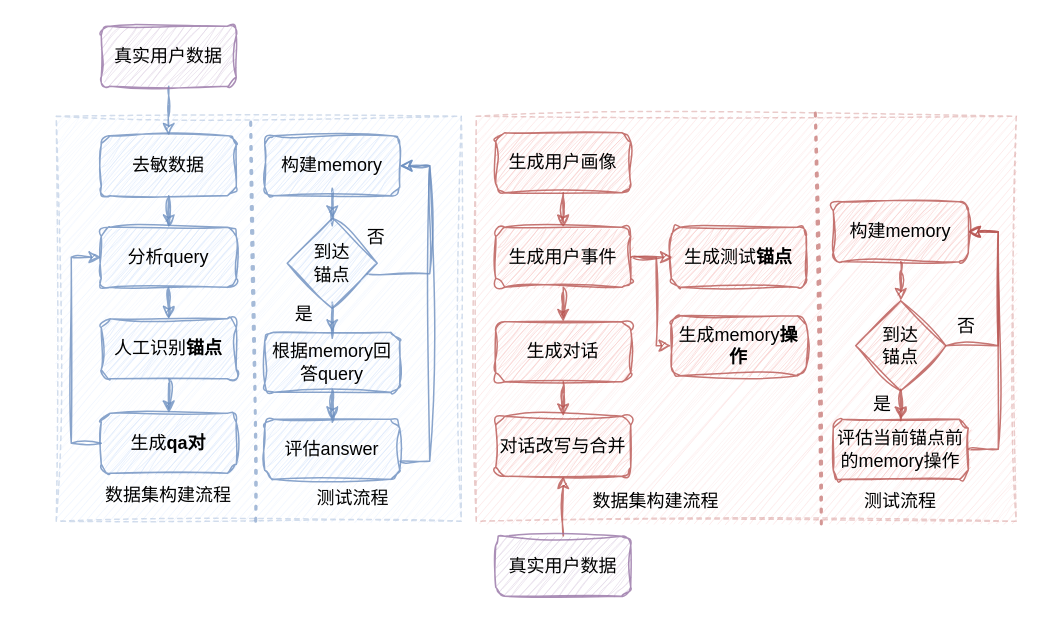
Above: drawioFile/memoryos-eval.drawio in Olive-2019/drawio-source (draw.io), before the change. Source tidied: cells renumbered, new cells numbered last; positions are measured from the earlier drawing's top-left corner, leaving out a move shared by most shapes. Both pictures are drawn from the tidied source at 150%, with x=0, y=0 at pixel (56, 26).
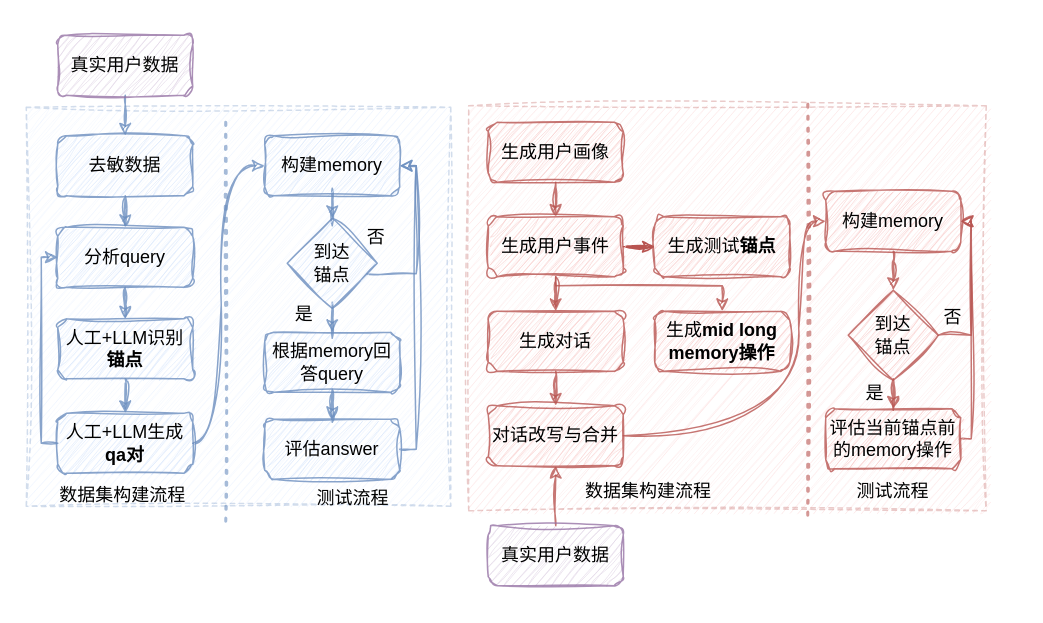
Above is the later version.

Unchanged cells that the change refers to:
```xml
<mxCell id="15" value="构建memory" style="rounded=1;whiteSpace=wrap;html=1;fillColor=#dae8fc;strokeColor=#6c8ebf;sketch=1;curveFitting=1;jiggle=2;opacity=80;" parent="1" vertex="1">
  <mxGeometry x="139" y="73" width="90" height="40" as="geometry" />
</mxCell>
<mxCell id="20" value="到达&lt;div&gt;锚点&lt;/div&gt;" style="rhombus;whiteSpace=wrap;html=1;fillColor=#dae8fc;strokeColor=#6c8ebf;sketch=1;curveFitting=1;jiggle=2;opacity=80;" parent="1" vertex="1">
  <mxGeometry x="154" y="128" width="60" height="60" as="geometry" />
</mxCell>
<mxCell id="22" value="评估answer" style="rounded=1;whiteSpace=wrap;html=1;fillColor=#dae8fc;strokeColor=#6c8ebf;sketch=1;curveFitting=1;jiggle=2;opacity=80;" parent="1" vertex="1">
  <mxGeometry x="139" y="262" width="90" height="40" as="geometry" />
</mxCell>
```

Change to the diagram source:
```diff
@@
     <mxCell id="2" style="rounded=0;whiteSpace=wrap;html=1;dashed=1;sketch=1;curveFitting=1;jiggle=2;fillColor=#f8cecc;strokeColor=#b85450;opacity=30;" parent="1" vertex="1">
-      <mxGeometry x="280" y="60" width="360" height="270" as="geometry" />
+      <mxGeometry x="275" y="53" width="345" height="270" as="geometry" />
     </mxCell>
     <mxCell id="3" style="rounded=0;whiteSpace=wrap;html=1;dashed=1;sketch=1;curveFitting=1;jiggle=2;fillColor=#dae8fc;strokeColor=#6c8ebf;opacity=30;" parent="1" vertex="1">
-      <mxGeometry y="60" width="270" height="270" as="geometry" />
+      <mxGeometry x="-20" y="54" width="283" height="266" as="geometry" />
     </mxCell>
@@
     <mxCell id="5" value="真实用户数据" style="rounded=1;whiteSpace=wrap;html=1;fillColor=#e1d5e7;strokeColor=#9673a6;sketch=1;curveFitting=1;jiggle=2;opacity=80;" parent="1" vertex="1">
-      <mxGeometry x="30" width="90" height="40" as="geometry" />
+      <mxGeometry x="1" y="6" width="90" height="40" as="geometry" />
     </mxCell>
@@
     <mxCell id="7" value="去敏数据" style="rounded=1;whiteSpace=wrap;html=1;fillColor=#dae8fc;strokeColor=#6c8ebf;sketch=1;curveFitting=1;jiggle=2;opacity=80;" parent="1" vertex="1">
-      <mxGeometry x="30" y="73" width="90" height="40" as="geometry" />
+      <mxGeometry x="1" y="73" width="90" height="40" as="geometry" />
     </mxCell>
@@
     <mxCell id="9" value="分析query" style="rounded=1;whiteSpace=wrap;html=1;fillColor=#dae8fc;strokeColor=#6c8ebf;sketch=1;curveFitting=1;jiggle=2;opacity=80;" parent="1" vertex="1">
-      <mxGeometry x="30" y="134" width="90" height="40" as="geometry" />
+      <mxGeometry x="1" y="134" width="90" height="40" as="geometry" />
     </mxCell>
@@
-    <mxCell id="11" value="人工识别&lt;b&gt;锚点&lt;/b&gt;" style="rounded=1;whiteSpace=wrap;html=1;fillColor=#dae8fc;strokeColor=#6c8ebf;sketch=1;curveFitting=1;jiggle=2;opacity=80;" parent="1" vertex="1">
-      <mxGeometry x="30" y="195" width="90" height="40" as="geometry" />
+    <mxCell id="11" value="人工+LLM识别&lt;b&gt;锚点&lt;/b&gt;" style="rounded=1;whiteSpace=wrap;html=1;fillColor=#dae8fc;strokeColor=#6c8ebf;sketch=1;curveFitting=1;jiggle=2;opacity=80;" parent="1" vertex="1">
+      <mxGeometry x="1" y="195" width="90" height="40" as="geometry" />
     </mxCell>
     <mxCell id="12" style="edgeStyle=orthogonalEdgeStyle;rounded=0;jettySize=auto;html=1;entryX=0;entryY=0.5;entryDx=0;entryDy=0;sketch=1;curveFitting=1;jiggle=2;fillColor=#dae8fc;strokeColor=#6c8ebf;opacity=80;" parent="1" edge="1" source="13" target="9">
       <mxGeometry relative="1" as="geometry">
         <Array as="points">
-          <mxPoint x="10" y="278" />
-          <mxPoint x="10" y="154" />
+          <mxPoint x="-10" y="278" />
+          <mxPoint x="-10" y="154" />
         </Array>
       </mxGeometry>
     </mxCell>
+    <mxCell id="55" style="edgeStyle=orthogonalEdgeStyle;rounded=0;jettySize=auto;html=1;entryX=0;entryY=0.5;entryDx=0;entryDy=0;curved=1;fillColor=#dae8fc;strokeColor=#6c8ebf;sketch=1;curveFitting=1;jiggle=2;opacity=80;" parent="1" edge="1" source="13" target="15">
+      <mxGeometry relative="1" as="geometry">
+        <Array as="points">
+          <mxPoint x="110" y="278" />
+          <mxPoint x="110" y="93" />
+        </Array>
+      </mxGeometry>
+    </mxCell>
-    <mxCell id="13" value="生成&lt;b&gt;qa对&lt;/b&gt;" style="rounded=1;whiteSpace=wrap;html=1;fillColor=#dae8fc;strokeColor=#6c8ebf;sketch=1;curveFitting=1;jiggle=2;opacity=80;" parent="1" vertex="1">
-      <mxGeometry x="30" y="258" width="90" height="40" as="geometry" />
+    <mxCell id="13" value="人工+LLM生成&lt;b&gt;qa对&lt;/b&gt;" style="rounded=1;whiteSpace=wrap;html=1;fillColor=#dae8fc;strokeColor=#6c8ebf;sketch=1;curveFitting=1;jiggle=2;opacity=80;" parent="1" vertex="1">
+      <mxGeometry x="1" y="258" width="90" height="40" as="geometry" />
     </mxCell>
@@
     <mxCell id="19" style="edgeStyle=orthogonalEdgeStyle;rounded=0;jettySize=auto;html=1;entryX=1;entryY=0.5;entryDx=0;entryDy=0;sketch=1;curveFitting=1;jiggle=2;fillColor=#dae8fc;strokeColor=#6c8ebf;opacity=80;" parent="1" edge="1" source="20" target="15">
       <mxGeometry relative="1" as="geometry">
         <Array as="points">
-          <mxPoint x="249" y="165" />
-          <mxPoint x="249" y="93" />
+          <mxPoint x="240" y="165" />
+          <mxPoint x="240" y="93" />
         </Array>
       </mxGeometry>
     </mxCell>
@@
     <mxCell id="21" style="edgeStyle=orthogonalEdgeStyle;rounded=0;jettySize=auto;html=1;entryX=1;entryY=0.5;entryDx=0;entryDy=0;sketch=1;curveFitting=1;jiggle=2;fillColor=#dae8fc;strokeColor=#6c8ebf;opacity=80;" parent="1" edge="1" source="22" target="15">
       <mxGeometry relative="1" as="geometry">
         <Array as="points">
-          <mxPoint x="249" y="290" />
-          <mxPoint x="249" y="93" />
+          <mxPoint x="240" y="282" />
+          <mxPoint x="240" y="93" />
         </Array>
       </mxGeometry>
     </mxCell>
@@
     <mxCell id="26" value="生成用户画像" style="rounded=1;whiteSpace=wrap;html=1;fillColor=#f8cecc;strokeColor=#b85450;sketch=1;curveFitting=1;jiggle=2;opacity=80;" parent="1" vertex="1">
-      <mxGeometry x="293" y="71" width="90" height="40" as="geometry" />
+      <mxGeometry x="288" y="64" width="90" height="40" as="geometry" />
     </mxCell>
@@
-    <mxCell id="28" style="edgeStyle=orthogonalEdgeStyle;rounded=0;jettySize=auto;html=1;sketch=1;curveFitting=1;jiggle=2;fillColor=#f8cecc;strokeColor=#b85450;opacity=80;" parent="1" edge="1" source="30" target="33">
+    <mxCell id="28" style="edgeStyle=orthogonalEdgeStyle;rounded=0;jettySize=auto;html=1;entryX=0.5;entryY=0;entryDx=0;entryDy=0;sketch=1;curveFitting=1;jiggle=2;fillColor=#f8cecc;strokeColor=#b85450;opacity=80;" parent="1" edge="1" source="30" target="33">
       <mxGeometry relative="1" as="geometry">
         <Array as="points">
-          <mxPoint x="400" y="154" />
-          <mxPoint x="400" y="213" />
+          <mxPoint x="333" y="173" />
+          <mxPoint x="444" y="173" />
         </Array>
       </mxGeometry>
     </mxCell>
-    <mxCell id="29" style="edgeStyle=orthogonalEdgeStyle;rounded=0;orthogonalLoop=1;jettySize=auto;html=1;sketch=1;curveFitting=1;jiggle=2;fillColor=#f8cecc;strokeColor=#b85450;opacity=80;" parent="1" edge="1">
-      <mxGeometry relative="1" as="geometry">
-        <mxPoint x="384" y="154" as="sourcePoint" />
-        <mxPoint x="411" y="154" as="targetPoint" />
-      </mxGeometry>
-    </mxCell>
+    <mxCell id="56" style="edgeStyle=orthogonalEdgeStyle;rounded=0;jettySize=auto;html=1;entryX=0;entryY=0.5;entryDx=0;entryDy=0;sketch=1;curveFitting=1;jiggle=2;fillColor=#f8cecc;strokeColor=#b85450;" parent="1" edge="1" source="30" target="54">
+      <mxGeometry relative="1" as="geometry" />
+    </mxCell>
     <mxCell id="30" value="生成用户事件" style="rounded=1;whiteSpace=wrap;html=1;fillColor=#f8cecc;strokeColor=#b85450;sketch=1;curveFitting=1;jiggle=2;opacity=80;" parent="1" vertex="1">
-      <mxGeometry x="293" y="134" width="90" height="40" as="geometry" />
+      <mxGeometry x="288" y="127" width="90" height="40" as="geometry" />
     </mxCell>
@@
     <mxCell id="32" value="生成对话" style="rounded=1;whiteSpace=wrap;html=1;fillColor=#f8cecc;strokeColor=#b85450;sketch=1;curveFitting=1;jiggle=2;opacity=80;" parent="1" vertex="1">
-      <mxGeometry x="293" y="197" width="90" height="40" as="geometry" />
+      <mxGeometry x="288" y="190" width="90" height="40" as="geometry" />
     </mxCell>
-    <mxCell id="33" value="生成memory&lt;b&gt;操作&lt;/b&gt;" style="rounded=1;whiteSpace=wrap;html=1;fillColor=#f8cecc;strokeColor=#b85450;sketch=1;curveFitting=1;jiggle=2;opacity=80;" parent="1" vertex="1">
-      <mxGeometry x="410" y="193" width="90" height="40" as="geometry" />
+    <mxCell id="33" value="生成&lt;b&gt;mid long memory操作&lt;/b&gt;" style="rounded=1;whiteSpace=wrap;html=1;fillColor=#f8cecc;strokeColor=#b85450;sketch=1;curveFitting=1;jiggle=2;opacity=80;" parent="1" vertex="1">
+      <mxGeometry x="399" y="190" width="90" height="40" as="geometry" />
     </mxCell>
+    <mxCell id="57" style="edgeStyle=orthogonalEdgeStyle;rounded=0;jettySize=auto;html=1;entryX=0;entryY=0.5;entryDx=0;entryDy=0;fillColor=#f8cecc;strokeColor=#b85450;curved=1;sketch=1;curveFitting=1;jiggle=2;opacity=80;" parent="1" edge="1" source="34" target="39">
+      <mxGeometry relative="1" as="geometry">
+        <Array as="points">
+          <mxPoint x="495" y="273" />
+          <mxPoint x="495" y="130" />
+        </Array>
+      </mxGeometry>
+    </mxCell>
     <mxCell id="34" value="对话改写与合并" style="rounded=1;whiteSpace=wrap;html=1;fillColor=#f8cecc;strokeColor=#b85450;sketch=1;curveFitting=1;jiggle=2;opacity=80;" parent="1" vertex="1">
-      <mxGeometry x="293" y="260" width="90" height="40" as="geometry" />
+      <mxGeometry x="288" y="253" width="90" height="40" as="geometry" />
     </mxCell>
@@
     <mxCell id="36" value="真实用户数据" style="rounded=1;whiteSpace=wrap;html=1;sketch=1;curveFitting=1;jiggle=2;fillColor=#e1d5e7;strokeColor=#9673a6;opacity=80;" parent="1" vertex="1">
-      <mxGeometry x="293" y="340" width="90" height="40" as="geometry" />
+      <mxGeometry x="288" y="333" width="90" height="40" as="geometry" />
     </mxCell>
@@
     <mxCell id="39" value="构建memory" style="rounded=1;whiteSpace=wrap;html=1;sketch=1;curveFitting=1;jiggle=2;fillColor=#f8cecc;strokeColor=#b85450;opacity=80;" parent="1" vertex="1">
-      <mxGeometry x="518" y="117" width="90" height="40" as="geometry" />
+      <mxGeometry x="513" y="110" width="90" height="40" as="geometry" />
     </mxCell>
     <mxCell id="40" style="edgeStyle=orthogonalEdgeStyle;rounded=0;jettySize=auto;html=1;entryX=1;entryY=0.5;entryDx=0;entryDy=0;sketch=1;curveFitting=1;jiggle=2;fillColor=#f8cecc;strokeColor=#b85450;opacity=80;" parent="1" edge="1" source="41" target="39">
       <mxGeometry relative="1" as="geometry">
         <Array as="points">
-          <mxPoint x="628" y="282" />
-          <mxPoint x="628" y="137" />
+          <mxPoint x="610" y="275" />
+          <mxPoint x="610" y="130" />
         </Array>
       </mxGeometry>
     </mxCell>
     <mxCell id="41" value="评估当前锚点前的memory操作" style="rounded=1;whiteSpace=wrap;html=1;sketch=1;curveFitting=1;jiggle=2;fillColor=#f8cecc;strokeColor=#b85450;opacity=80;" parent="1" vertex="1">
-      <mxGeometry x="518" y="262" width="90" height="40" as="geometry" />
+      <mxGeometry x="513" y="255" width="90" height="40" as="geometry" />
     </mxCell>
@@
     <mxCell id="43" style="edgeStyle=orthogonalEdgeStyle;rounded=0;jettySize=auto;html=1;entryX=1;entryY=0.5;entryDx=0;entryDy=0;sketch=1;curveFitting=1;jiggle=2;fillColor=#f8cecc;strokeColor=#b85450;opacity=80;" parent="1" edge="1" source="44" target="39">
       <mxGeometry relative="1" as="geometry">
         <Array as="points">
-          <mxPoint x="628" y="213" />
-          <mxPoint x="628" y="137" />
+          <mxPoint x="610" y="206" />
+          <mxPoint x="610" y="130" />
         </Array>
       </mxGeometry>
     </mxCell>
     <mxCell id="44" value="到达&lt;div&gt;锚点&lt;/div&gt;" style="rhombus;whiteSpace=wrap;html=1;sketch=1;curveFitting=1;jiggle=2;fillColor=#f8cecc;strokeColor=#b85450;opacity=80;" parent="1" vertex="1">
-      <mxGeometry x="533" y="183" width="60" height="60" as="geometry" />
+      <mxGeometry x="528" y="176" width="60" height="60" as="geometry" />
     </mxCell>
     <mxCell id="45" value="是" style="text;html=1;whiteSpace=wrap;strokeColor=none;fillColor=none;align=center;verticalAlign=middle;rounded=0;sketch=1;curveFitting=1;jiggle=2;opacity=80;" parent="1" vertex="1">
-      <mxGeometry x="540" y="241" width="22" height="21" as="geometry" />
+      <mxGeometry x="535" y="234" width="22" height="21" as="geometry" />
     </mxCell>
     <mxCell id="46" value="否" style="text;html=1;whiteSpace=wrap;strokeColor=none;fillColor=none;align=center;verticalAlign=middle;rounded=0;sketch=1;curveFitting=1;jiggle=2;opacity=80;" parent="1" vertex="1">
-      <mxGeometry x="591" y="184.5" width="32" height="30" as="geometry" />
+      <mxGeometry x="586" y="180" width="24" height="27.5" as="geometry" />
     </mxCell>
@@
-    <mxCell id="48" style="endArrow=none;dashed=1;html=1;dashPattern=1 3;strokeWidth=2;rounded=0;sketch=1;curveFitting=1;jiggle=2;opacity=60;exitX=0.5;exitY=1;exitDx=0;exitDy=0;fillColor=#dae8fc;strokeColor=#6c8ebf;" parent="1" edge="1">
+    <mxCell id="48" style="endArrow=none;dashed=1;html=1;dashPattern=1 3;strokeWidth=2;rounded=0;sketch=1;curveFitting=1;jiggle=2;opacity=60;fillColor=#dae8fc;strokeColor=#6c8ebf;" parent="1" edge="1">
       <mxGeometry relative="1" as="geometry">
-        <mxPoint x="133" y="330" as="sourcePoint" />
-        <mxPoint x="129.6" y="62" as="targetPoint" />
+        <mxPoint x="113" y="330" as="sourcePoint" />
+        <mxPoint x="113" y="60" as="targetPoint" />
       </mxGeometry>
     </mxCell>
-    <mxCell id="49" style="endArrow=none;dashed=1;html=1;dashPattern=1 3;strokeWidth=2;rounded=0;sketch=1;curveFitting=1;jiggle=2;opacity=60;fillColor=#f8cecc;strokeColor=#b85450;exitX=0.639;exitY=1.007;exitDx=0;exitDy=0;exitPerimeter=0;" parent="1" edge="1" source="2">
+    <mxCell id="49" style="endArrow=none;dashed=1;html=1;dashPattern=1 3;strokeWidth=2;rounded=0;sketch=1;curveFitting=1;jiggle=2;opacity=60;fillColor=#f8cecc;strokeColor=#b85450;" parent="1" edge="1">
       <mxGeometry relative="1" as="geometry">
-        <mxPoint x="506" y="55.5" as="targetPoint" />
+        <mxPoint x="501" y="326" as="sourcePoint" />
+        <mxPoint x="501" y="48.5" as="targetPoint" />
       </mxGeometry>
     </mxCell>
     <mxCell id="50" value="数据集构建流程" style="text;html=1;whiteSpace=wrap;strokeColor=none;fillColor=none;align=center;verticalAlign=middle;rounded=0;" parent="1" vertex="1">
-      <mxGeometry x="15" y="298" width="120" height="30" as="geometry" />
+      <mxGeometry x="-1" y="298" width="91" height="30" as="geometry" />
     </mxCell>
@@
     <mxCell id="52" value="数据集构建流程" style="text;html=1;whiteSpace=wrap;strokeColor=none;fillColor=none;align=center;verticalAlign=middle;rounded=0;" parent="1" vertex="1">
-      <mxGeometry x="340" y="302" width="120" height="30" as="geometry" />
+      <mxGeometry x="335" y="295" width="120" height="30" as="geometry" />
     </mxCell>
     <mxCell id="53" value="测试流程" style="text;html=1;whiteSpace=wrap;strokeColor=none;fillColor=none;align=center;verticalAlign=middle;rounded=0;" parent="1" vertex="1">
-      <mxGeometry x="525" y="302" width="76" height="30" as="geometry" />
+      <mxGeometry x="520" y="295" width="76" height="30" as="geometry" />
     </mxCell>
     <mxCell id="54" value="生成测试&lt;b&gt;锚点&lt;/b&gt;" style="rounded=1;whiteSpace=wrap;html=1;fillColor=#f8cecc;strokeColor=#b85450;sketch=1;curveFitting=1;jiggle=2;opacity=80;" parent="1" vertex="1">
-      <mxGeometry x="410" y="134" width="90" height="40" as="geometry" />
+      <mxGeometry x="399" y="127" width="90" height="40" as="geometry" />
     </mxCell>
```
